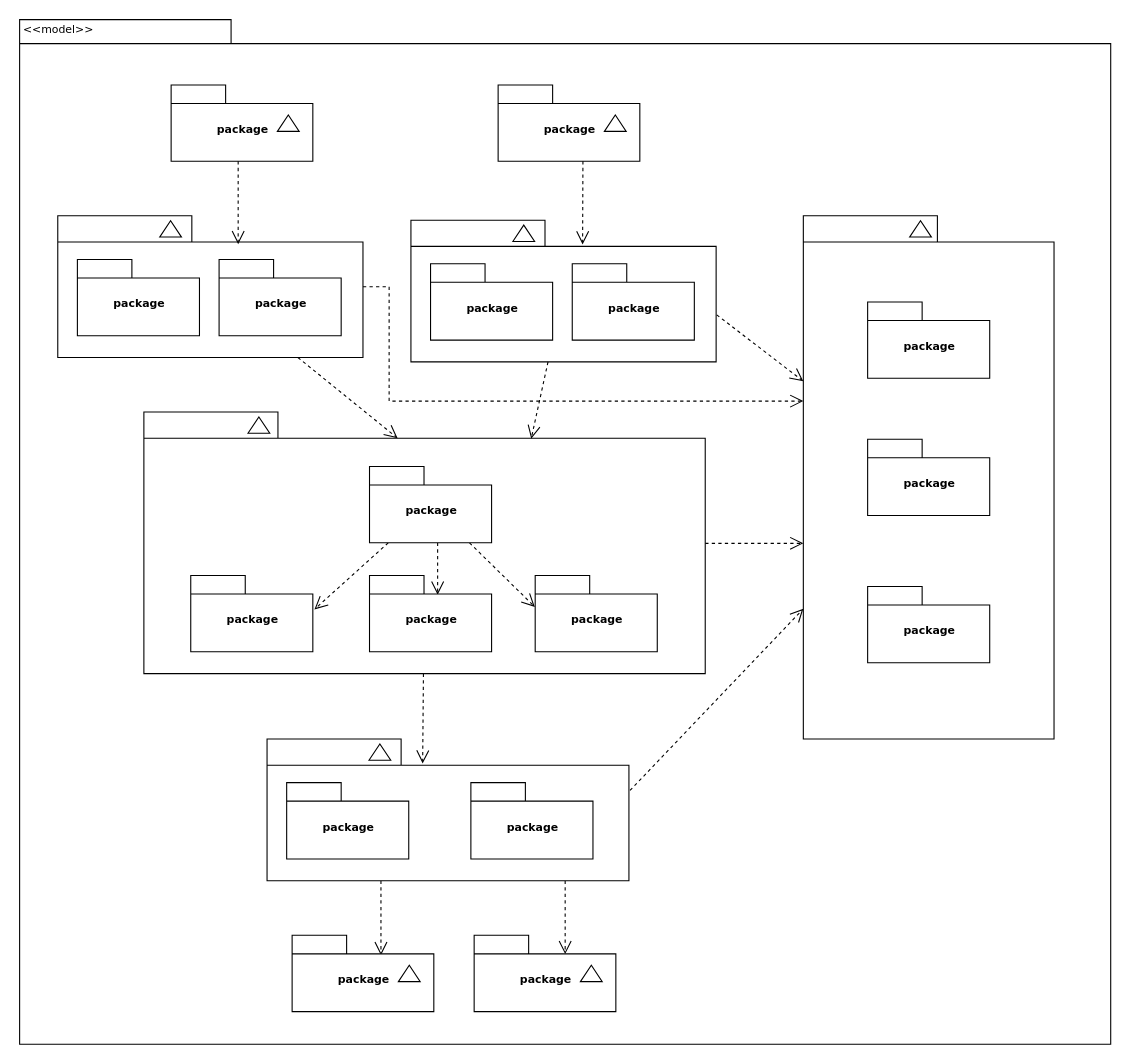
Earlier version of the draw.io diagram UseCaseDiogram.drawio (vlastroG/OOP_gb). Source tidied: cells renumbered, new cells numbered last; positions are measured from the earlier drawing's top-left corner, leaving out a move shared by most shapes. Both pictures are drawn from the tidied source at 109%, with x=0, y=0 at pixel (19, 19).
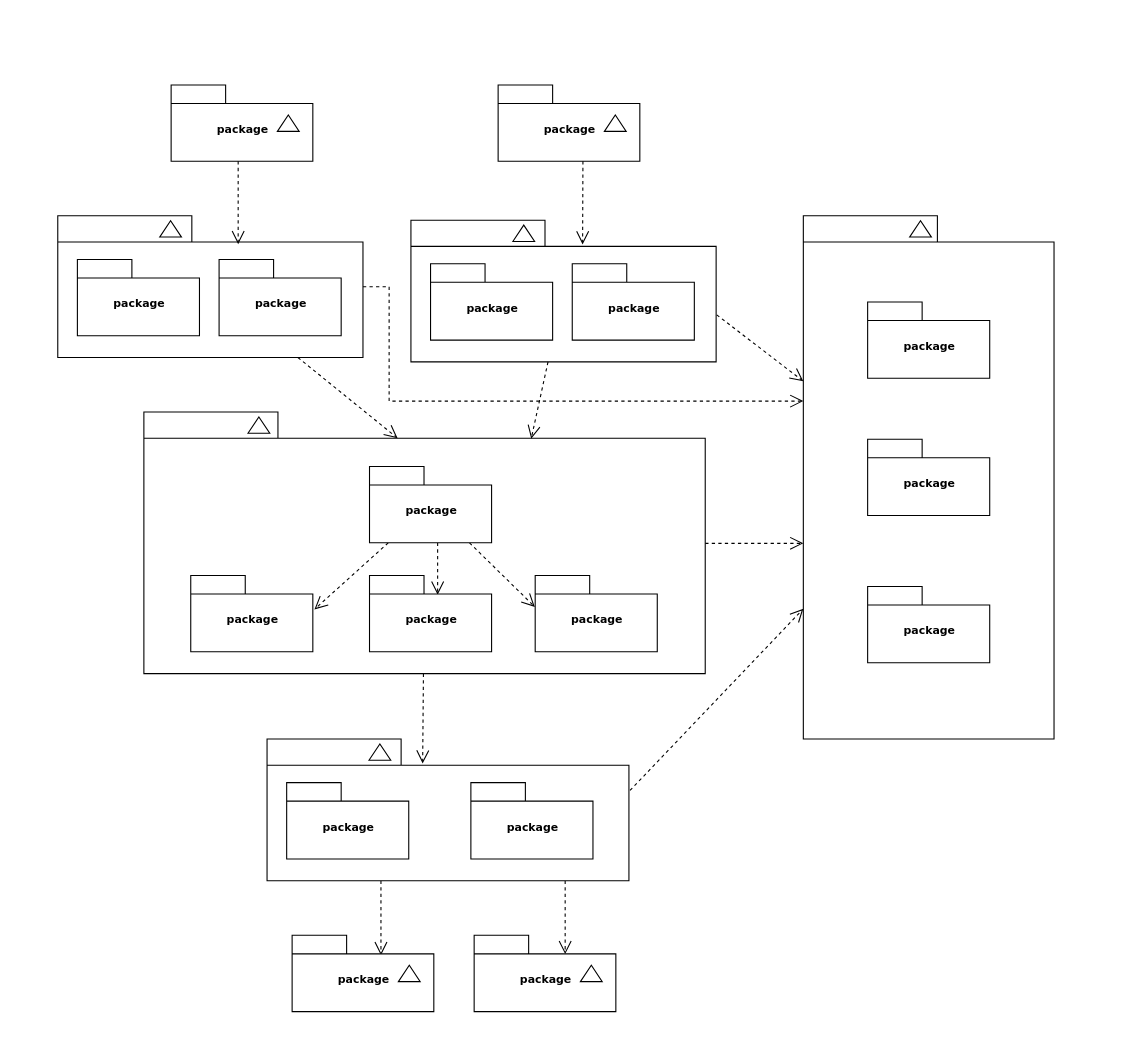
The same page after the edit.

Diff of the diagram source:
```diff
@@
-    <mxCell id="2" style="shape=folder;fontStyle=1;spacingTop=10;tabWidth=194;tabHeight=22;tabPosition=left;html=1;rounded=0;shadow=0;comic=0;labelBackgroundColor=none;strokeWidth=1;fillColor=none;fontFamily=Verdana;fontSize=10;align=center;" parent="1" vertex="1">
-      <mxGeometry x="0.5" y="0.5" width="1001" height="940" as="geometry" />
-    </mxCell>
@@
-    <mxCell id="56" value="&amp;lt;&amp;lt;model&amp;gt;&amp;gt;" style="text;html=1;align=left;verticalAlign=top;spacingTop=-4;fontSize=10;fontFamily=Verdana;" parent="1" vertex="1">
-      <mxGeometry x="1.5" y="0.5" width="130" height="20" as="geometry" />
-    </mxCell>
```
